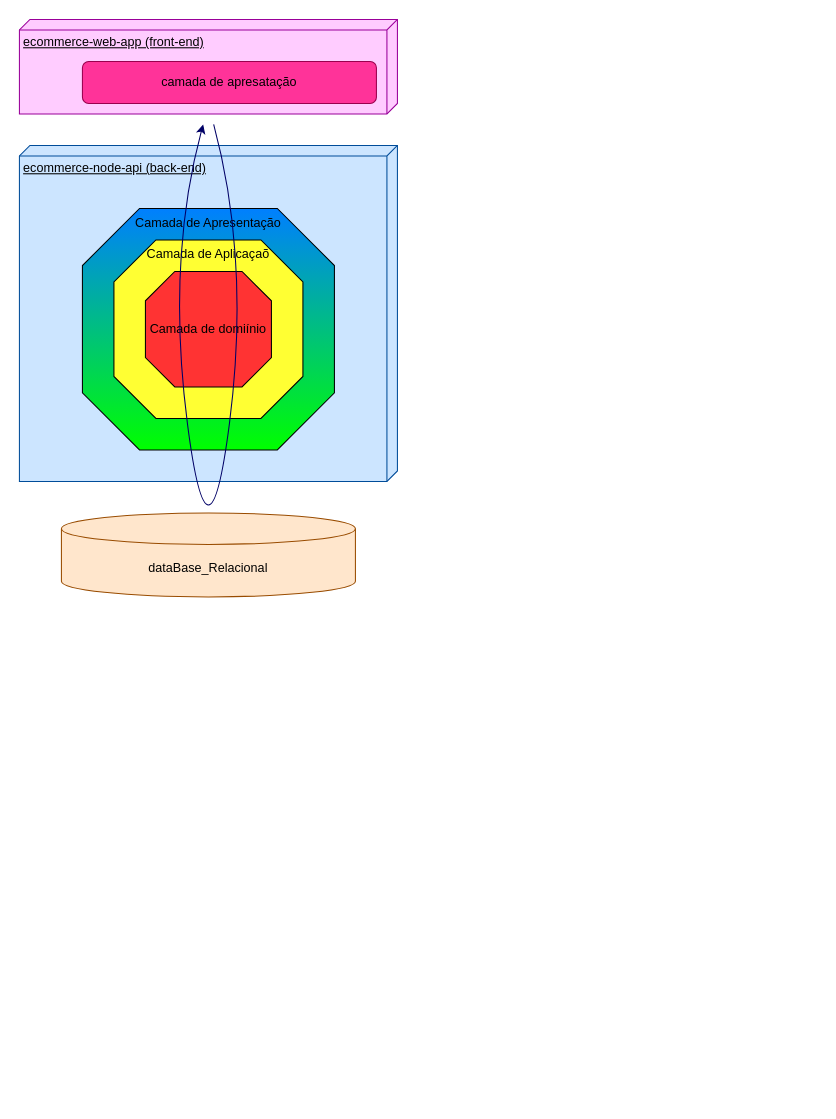
WerikJahel/ecommerce keeps this draw.io diagram as page "Arquitetura Hexagonal" (2 of 2) of requirements/ecommerce-arquitetura.drawio. Above is the earlier version. Source tidied: cells renumbered, new cells numbered last; positions are measured from the earlier drawing's top-left corner, leaving out a move shared by most shapes. Both pictures are drawn from the tidied source at 105%, with x=0, y=0 at pixel (19, 19).
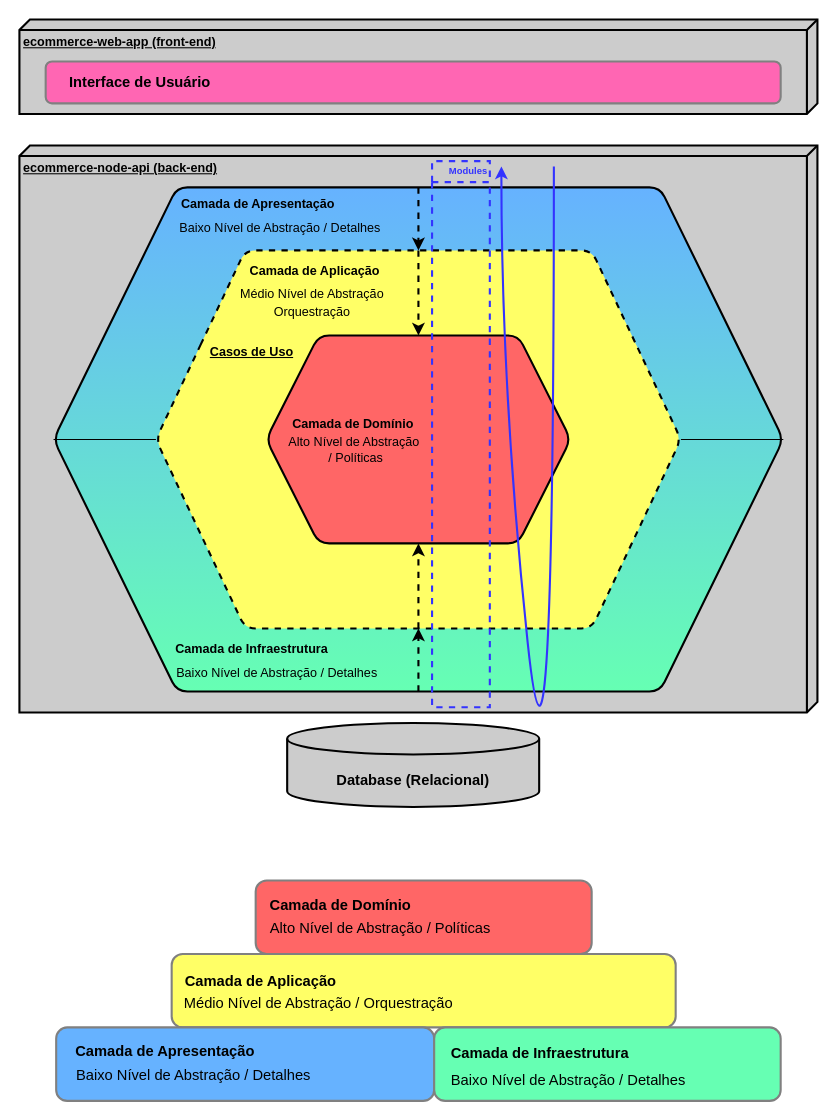
After the change.

The edit, as a diff of the source:
```diff
@@
-    <mxCell id="0" />
-    <mxCell id="1" parent="0" />
+    <mxCell id="10" />
+    <mxCell id="11" parent="10" />
+    <mxCell id="3" value="&lt;b&gt;ecommerce-node-api (back-end)&lt;/b&gt;" style="verticalAlign=top;align=left;spacingTop=8;spacingLeft=2;spacingRight=12;shape=cube;size=10;direction=south;fontStyle=4;html=1;strokeWidth=2;fillColor=#CCCCCC;fontColor=#000000;" parent="11" vertex="1">
+      <mxGeometry y="120" width="760" height="540" as="geometry" />
+    </mxCell>
-    <mxCell id="2" value="ecommerce-web-app (front-end)" style="verticalAlign=top;align=left;spacingTop=8;spacingLeft=2;spacingRight=12;shape=cube;size=10;direction=south;fontStyle=4;html=1;fillColor=#FFCCFF;strokeColor=#990099;" parent="1" vertex="1">
-      <mxGeometry width="360" height="90" as="geometry" />
+    <mxCell id="2" value="&lt;b&gt;ecommerce-web-app (front-end)&lt;/b&gt;" style="verticalAlign=top;align=left;spacingTop=8;spacingLeft=2;spacingRight=12;shape=cube;size=10;direction=south;fontStyle=4;html=1;strokeWidth=2;fillColor=#CCCCCC;fontColor=#000000;" parent="11" vertex="1">
+      <mxGeometry width="760" height="90" as="geometry" />
     </mxCell>
-    <mxCell id="3" value="ecommerce-node-api (back-end)" style="verticalAlign=top;align=left;spacingTop=8;spacingLeft=2;spacingRight=12;shape=cube;size=10;direction=south;fontStyle=4;html=1;fillColor=#CCE5FF;strokeColor=#004C99;" parent="1" vertex="1">
-      <mxGeometry y="120" width="360" height="320" as="geometry" />
-    </mxCell>
-    <mxCell id="4" value="dataBase_Relacional" style="shape=cylinder3;whiteSpace=wrap;html=1;boundedLbl=1;backgroundOutline=1;size=15;fillColor=#FFE6CC;strokeColor=#994C00;" parent="1" vertex="1">
-      <mxGeometry x="40" y="470" width="280" height="80" as="geometry" />
-    </mxCell>
-    <mxCell id="5" value="camada de apresatação" style="rounded=1;whiteSpace=wrap;html=1;fillColor=#FF3399;strokeColor=#99004D;" parent="1" vertex="1">
-      <mxGeometry x="60" y="40" width="280" height="40" as="geometry" />
-    </mxCell>
-    <mxCell id="6" value="Camada de Apresentação" style="whiteSpace=wrap;html=1;shape=mxgraph.basic.octagon2;align=center;verticalAlign=top;dx=27.2;rotation=0;gradientColor=#00FF00;fillColor=#007FFF;" parent="1" vertex="1">
-      <mxGeometry x="60" y="180" width="240" height="230" as="geometry" />
-    </mxCell>
-    <mxCell id="7" value="Camada de Aplicaçaõ" style="whiteSpace=wrap;html=1;shape=mxgraph.basic.octagon2;align=center;verticalAlign=top;dx=20;rotation=0;fillColor=#FFFF33;" parent="1" vertex="1">
-      <mxGeometry x="90" y="210" width="180" height="170" as="geometry" />
-    </mxCell>
-    <mxCell id="8" value="Camada de domiínio" style="whiteSpace=wrap;html=1;shape=mxgraph.basic.octagon2;align=center;verticalAlign=middle;dx=14;rotation=0;fillColor=#FF3333;" parent="1" vertex="1">
-      <mxGeometry x="120" y="240" width="120" height="110" as="geometry" />
-    </mxCell>
-    <mxCell id="9" style="curved=1;endArrow=classic;html=1;rounded=1;strokeColor=#000066;" parent="1" edge="1">
-      <mxGeometry relative="1" as="geometry">
-        <mxPoint x="185" y="100" as="sourcePoint" />
-        <mxPoint x="175" y="100" as="targetPoint" />
-        <Array as="points">
-          <mxPoint x="220" y="230" />
-          <mxPoint x="180" y="540" />
-          <mxPoint x="140" y="230" />
-        </Array>
-      </mxGeometry>
-    </mxCell>
+    <mxCell id="12" style="group;" parent="11" vertex="1">
+      <mxGeometry x="255" y="670" width="240" height="80" as="geometry" />
+    </mxCell>
+    <mxCell id="13" style="shape=cylinder3;whiteSpace=wrap;html=1;boundedLbl=1;backgroundOutline=1;size=15;strokeWidth=2;fontColor=#000000;fillColor=#CCCCCC;" parent="12" vertex="1">
+      <mxGeometry width="240" height="80" as="geometry" />
+    </mxCell>
+    <mxCell id="14" value="Database (Relacional)" style="text;html=1;strokeColor=none;fillColor=none;align=center;verticalAlign=middle;whiteSpace=wrap;rounded=0;strokeWidth=2;fontColor=#000000;fontStyle=1;fontSize=14;" parent="12" vertex="1">
+      <mxGeometry x="40" y="40" width="160" height="30" as="geometry" />
+    </mxCell>
+    <mxCell id="15" style="rounded=1;whiteSpace=wrap;html=1;strokeWidth=2;fontSize=14;fontColor=#000000;fillColor=#FF66B3;strokeColor=#808080;" parent="11" vertex="1">
+      <mxGeometry x="25" y="40" width="700" height="40" as="geometry" />
+    </mxCell>
+    <mxCell id="16" value="Interface de Usuário" style="text;html=1;strokeColor=none;fillColor=none;align=center;verticalAlign=middle;whiteSpace=wrap;rounded=0;strokeWidth=2;fontSize=14;fontColor=#000000;fontStyle=1;" parent="11" vertex="1">
+      <mxGeometry x="40" y="45" width="150" height="30" as="geometry" />
+    </mxCell>
+    <mxCell id="17" style="shape=hexagon;perimeter=hexagonPerimeter2;whiteSpace=wrap;html=1;fixedSize=1;rounded=1;strokeColor=#000000;strokeWidth=2;fontSize=12;fillColor=#66B2FF;size=117.5;gradientColor=#66FFB3;gradientDirection=south;" parent="11" vertex="1">
+      <mxGeometry x="32.5" y="160" width="695" height="480" as="geometry" />
+    </mxCell>
+    <mxCell id="18" style="edgeStyle=none;html=1;exitX=0.5;exitY=1;exitDx=0;exitDy=0;entryX=0.5;entryY=1;entryDx=0;entryDy=0;dashed=1;strokeColor=#000000;strokeWidth=2;fontSize=12;startArrow=none;startFill=0;endArrow=classic;endFill=1;" parent="11" edge="1" source="19" target="20">
+      <mxGeometry relative="1" as="geometry" />
+    </mxCell>
+    <mxCell id="19" style="shape=hexagon;perimeter=hexagonPerimeter2;whiteSpace=wrap;html=1;fixedSize=1;rounded=1;strokeColor=#000000;strokeWidth=2;fontSize=12;fillColor=#FFFF66;size=85;dashed=1;" parent="11" vertex="1">
+      <mxGeometry x="130" y="220" width="500" height="360" as="geometry" />
+    </mxCell>
+    <mxCell id="20" style="shape=hexagon;perimeter=hexagonPerimeter2;whiteSpace=wrap;html=1;fixedSize=1;size=50.00000000000023;rounded=1;fillColor=#FF6666;strokeWidth=2;strokeColor=#000000;" parent="11" vertex="1">
+      <mxGeometry x="235" y="301" width="290" height="198" as="geometry" />
+    </mxCell>
+    <mxCell id="21" value="&lt;font style=&quot;font-size: 12px;&quot;&gt;Camada de Domínio&lt;/font&gt;" style="text;html=1;strokeColor=none;fillColor=none;align=center;verticalAlign=middle;whiteSpace=wrap;rounded=0;strokeWidth=2;fontSize=14;fontColor=#000000;fontStyle=1;" parent="11" vertex="1">
+      <mxGeometry x="243" y="370" width="150" height="30" as="geometry" />
+    </mxCell>
+    <mxCell id="22" value="Alto Nível de Abstração&lt;br&gt;&amp;nbsp;/ Políticas" style="text;html=1;strokeColor=none;fillColor=none;align=center;verticalAlign=middle;whiteSpace=wrap;rounded=0;strokeWidth=2;fontSize=12;fontColor=#000000;" parent="11" vertex="1">
+      <mxGeometry x="250" y="395" width="138" height="30" as="geometry" />
+    </mxCell>
+    <mxCell id="23" value="Camada de Aplicação" style="text;html=1;strokeColor=none;fillColor=none;align=center;verticalAlign=middle;whiteSpace=wrap;rounded=0;strokeWidth=2;fontSize=12;fontColor=#000000;fontStyle=1;" parent="11" vertex="1">
+      <mxGeometry x="214" y="225" width="135" height="30" as="geometry" />
+    </mxCell>
+    <mxCell id="24" value="&lt;font style=&quot;font-size: 12px;&quot;&gt;Médio Nível de Abstração &lt;br&gt;Orquestração&lt;/font&gt;" style="text;html=1;strokeColor=none;fillColor=none;align=center;verticalAlign=middle;whiteSpace=wrap;rounded=0;strokeWidth=2;fontSize=14;fontColor=#000000;" parent="11" vertex="1">
+      <mxGeometry x="194" y="254" width="170" height="30" as="geometry" />
+    </mxCell>
+    <mxCell id="25" value="Camada de Infraestrutura" style="text;html=1;strokeColor=none;fillColor=none;align=center;verticalAlign=middle;whiteSpace=wrap;rounded=0;strokeWidth=2;fontSize=12;fontColor=#000000;fontStyle=1;" parent="11" vertex="1">
+      <mxGeometry x="143" y="585" width="157" height="30" as="geometry" />
+    </mxCell>
+    <mxCell id="26" value="Baixo Nível de Abstração / Detalhes" style="text;html=1;strokeColor=none;fillColor=none;align=center;verticalAlign=middle;whiteSpace=wrap;rounded=0;strokeWidth=2;fontSize=12;fontColor=#000000;" parent="11" vertex="1">
+      <mxGeometry x="148" y="608" width="195" height="30" as="geometry" />
+    </mxCell>
+    <mxCell id="27" value="Camada de Apresentação" style="text;html=1;strokeColor=none;fillColor=none;align=center;verticalAlign=middle;whiteSpace=wrap;rounded=0;strokeWidth=2;fontSize=12;fontColor=#000000;fontStyle=1;" parent="11" vertex="1">
+      <mxGeometry x="149" y="161" width="157" height="30" as="geometry" />
+    </mxCell>
+    <mxCell id="28" value="Baixo Nível de Abstração / Detalhes" style="text;html=1;strokeColor=none;fillColor=none;align=center;verticalAlign=middle;whiteSpace=wrap;rounded=0;strokeWidth=2;fontSize=12;fontColor=#000000;" parent="11" vertex="1">
+      <mxGeometry x="151" y="184" width="195" height="30" as="geometry" />
+    </mxCell>
+    <mxCell id="29" style="edgeStyle=none;html=1;exitX=0;exitY=0.5;exitDx=0;exitDy=0;entryX=0;entryY=0.5;entryDx=0;entryDy=0;fontSize=12;endArrow=none;endFill=0;strokeColor=#000000;" parent="11" edge="1" source="17" target="19">
+      <mxGeometry relative="1" as="geometry" />
+    </mxCell>
+    <mxCell id="30" style="edgeStyle=none;html=1;exitX=1;exitY=0.5;exitDx=0;exitDy=0;strokeColor=#000000;fontSize=12;endArrow=none;endFill=0;" parent="11" edge="1" source="17" target="19">
+      <mxGeometry relative="1" as="geometry" />
+    </mxCell>
+    <mxCell id="31" value="&lt;font style=&quot;font-size: 12px;&quot;&gt;Casos de Uso&lt;/font&gt;" style="text;html=1;strokeColor=none;fillColor=none;align=center;verticalAlign=middle;whiteSpace=wrap;rounded=0;strokeWidth=2;fontSize=14;fontColor=#000000;fontStyle=5;" parent="11" vertex="1">
+      <mxGeometry x="180" y="301" width="83" height="30" as="geometry" />
+    </mxCell>
+    <mxCell id="32" style="edgeStyle=none;html=1;exitX=0.5;exitY=0;exitDx=0;exitDy=0;entryX=0.5;entryY=0;entryDx=0;entryDy=0;strokeColor=#000000;fontSize=12;endArrow=classic;endFill=1;strokeWidth=2;dashed=1;startArrow=none;startFill=0;" parent="11" edge="1" source="17" target="19">
+      <mxGeometry relative="1" as="geometry" />
+    </mxCell>
+    <mxCell id="33" style="edgeStyle=none;html=1;exitX=0.5;exitY=0;exitDx=0;exitDy=0;entryX=0.5;entryY=0;entryDx=0;entryDy=0;dashed=1;strokeColor=#000000;strokeWidth=2;fontSize=12;startArrow=none;startFill=0;endArrow=classic;endFill=1;" parent="11" edge="1" source="19" target="20">
+      <mxGeometry relative="1" as="geometry" />
+    </mxCell>
+    <mxCell id="34" style="curved=1;endArrow=classic;html=1;strokeColor=#3333FF;strokeWidth=2;fontSize=14;fontColor=#000000;" parent="11" edge="1">
+      <mxGeometry relative="1" as="geometry">
+        <mxPoint x="509" y="140" as="sourcePoint" />
+        <mxPoint x="459" y="140" as="targetPoint" />
+        <Array as="points">
+          <mxPoint x="509" y="830" />
+          <mxPoint x="459" y="356" />
+        </Array>
+      </mxGeometry>
+    </mxCell>
+    <mxCell id="35" style="edgeStyle=none;html=1;exitX=0.5;exitY=1;exitDx=0;exitDy=0;dashed=1;strokeColor=#000000;strokeWidth=2;fontSize=12;startArrow=none;startFill=0;endArrow=classic;endFill=1;" parent="11" edge="1" source="17" target="19">
+      <mxGeometry relative="1" as="geometry" />
+    </mxCell>
+    <mxCell id="36" style="edgeStyle=none;html=1;exitX=0.5;exitY=1;exitDx=0;exitDy=0;dashed=1;strokeColor=#000000;strokeWidth=2;fontSize=12;startArrow=none;startFill=0;endArrow=classic;endFill=1;" parent="11" edge="1" source="19" target="20">
+      <mxGeometry relative="1" as="geometry" />
+    </mxCell>
+    <mxCell id="37" style="rounded=1;whiteSpace=wrap;html=1;strokeWidth=2;fontSize=14;fontColor=#000000;fillColor=#FF6666;strokeColor=#808080;" parent="11" vertex="1">
+      <mxGeometry x="225" y="820" width="320" height="70" as="geometry" />
+    </mxCell>
+    <mxCell id="38" value="Camada de Domínio" style="text;html=1;strokeColor=none;fillColor=none;align=center;verticalAlign=middle;whiteSpace=wrap;rounded=0;strokeWidth=2;fontSize=14;fontColor=#000000;fontStyle=1;" parent="11" vertex="1">
+      <mxGeometry x="231" y="829" width="150" height="30" as="geometry" />
+    </mxCell>
+    <mxCell id="39" value="Alto Nível de Abstração / Políticas" style="text;html=1;strokeColor=none;fillColor=none;align=center;verticalAlign=middle;whiteSpace=wrap;rounded=0;strokeWidth=2;fontSize=14;fontColor=#000000;" parent="11" vertex="1">
+      <mxGeometry x="234" y="851" width="220" height="30" as="geometry" />
+    </mxCell>
+    <mxCell id="40" style="rounded=1;whiteSpace=wrap;html=1;strokeWidth=2;fontSize=14;fontColor=#000000;fillColor=#FFFF66;strokeColor=#808080;" parent="11" vertex="1">
+      <mxGeometry x="145" y="890" width="480" height="70" as="geometry" />
+    </mxCell>
+    <mxCell id="41" value="Camada de Aplicação" style="text;html=1;strokeColor=none;fillColor=none;align=center;verticalAlign=middle;whiteSpace=wrap;rounded=0;strokeWidth=2;fontSize=14;fontColor=#000000;fontStyle=1;" parent="11" vertex="1">
+      <mxGeometry x="155" y="901" width="150" height="30" as="geometry" />
+    </mxCell>
+    <mxCell id="42" value="Médio Nível de Abstração / Orquestração" style="text;html=1;strokeColor=none;fillColor=none;align=center;verticalAlign=middle;whiteSpace=wrap;rounded=0;strokeWidth=2;fontSize=14;fontColor=#000000;" parent="11" vertex="1">
+      <mxGeometry x="155" y="922" width="260" height="30" as="geometry" />
+    </mxCell>
+    <mxCell id="43" style="rounded=1;whiteSpace=wrap;html=1;strokeWidth=2;fontSize=14;fontColor=#000000;fillColor=#66B2FF;strokeColor=#808080;" parent="11" vertex="1">
+      <mxGeometry x="35" y="960" width="360" height="70" as="geometry" />
+    </mxCell>
+    <mxCell id="44" value="Camada de Apresentação" style="text;html=1;strokeColor=none;fillColor=none;align=center;verticalAlign=middle;whiteSpace=wrap;rounded=0;strokeWidth=2;fontSize=14;fontColor=#000000;fontStyle=1;" parent="11" vertex="1">
+      <mxGeometry x="49" y="968" width="180" height="30" as="geometry" />
+    </mxCell>
+    <mxCell id="45" value="Baixo Nível de Abstração / Detalhes" style="text;html=1;strokeColor=none;fillColor=none;align=center;verticalAlign=middle;whiteSpace=wrap;rounded=0;strokeWidth=2;fontSize=14;fontColor=#000000;" parent="11" vertex="1">
+      <mxGeometry x="51" y="991" width="230" height="30" as="geometry" />
+    </mxCell>
+    <mxCell id="46" style="rounded=1;whiteSpace=wrap;html=1;strokeWidth=2;fontSize=14;fontColor=#000000;fillColor=#66FFB3;strokeColor=#808080;" parent="11" vertex="1">
+      <mxGeometry x="395" y="960" width="330" height="70" as="geometry" />
+    </mxCell>
+    <mxCell id="47" value="Camada de Infraestrutura" style="text;html=1;strokeColor=none;fillColor=none;align=center;verticalAlign=middle;whiteSpace=wrap;rounded=0;strokeWidth=2;fontSize=14;fontColor=#000000;fontStyle=1;" parent="11" vertex="1">
+      <mxGeometry x="405.5" y="970" width="180" height="30" as="geometry" />
+    </mxCell>
+    <mxCell id="48" value="Baixo Nível de Abstração / Detalhes" style="text;html=1;strokeColor=none;fillColor=none;align=center;verticalAlign=middle;whiteSpace=wrap;rounded=0;strokeWidth=2;fontSize=14;fontColor=#000000;" parent="11" vertex="1">
+      <mxGeometry x="407.5" y="995" width="230" height="30" as="geometry" />
+    </mxCell>
+    <mxCell id="49" value="&lt;font style=&quot;font-size: 9px;&quot;&gt;Modules&lt;/font&gt;" style="swimlane;whiteSpace=wrap;html=1;startSize=20;fillColor=none;fontColor=#3333FF;strokeColor=#3333FF;dashed=1;strokeWidth=2;align=right;fontSize=9;" parent="11" vertex="1">
+      <mxGeometry x="393" y="135" width="55" height="520" as="geometry" />
+    </mxCell>
```
